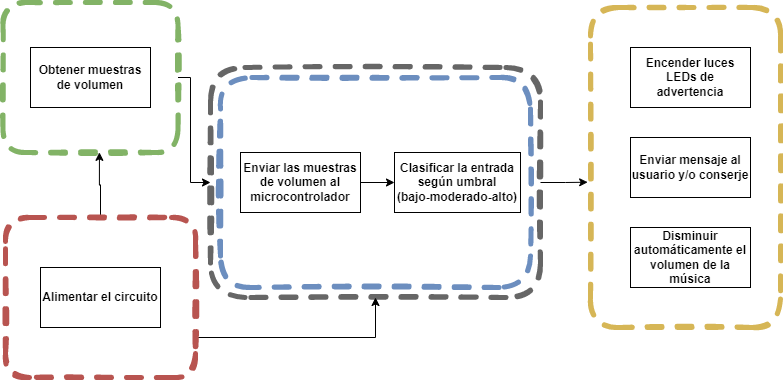
This is Images/funciones.png from joaquinzepeda/Noise-Detector, a draw.io export, as it was before one commit. Source tidied: cells renumbered, new cells last; positions are measured from the earlier drawing's top-left corner, leaving out a move shared by most shapes.
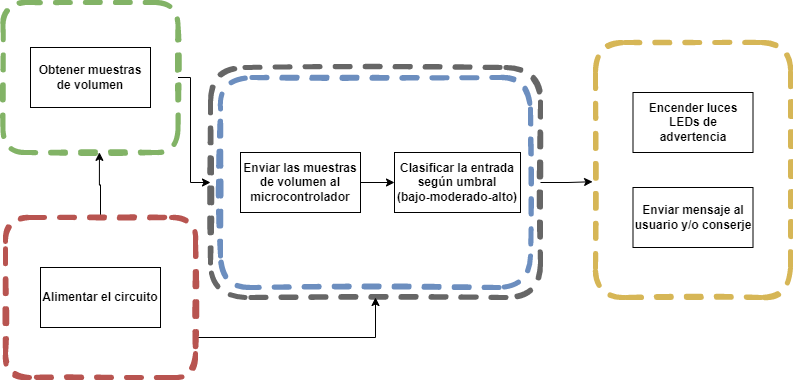
After the change.

Change to the diagram source:
```diff
@@ -20,7 +20,7 @@
       <mxGeometry x="0.5" width="175" height="150" as="geometry" />
     </mxCell>
     <mxCell id="6" style="rounded=1;whiteSpace=wrap;html=1;fillColor=none;strokeColor=#d6b656;strokeWidth=5;shadow=0;sketch=1;glass=0;dashed=1;" parent="1" vertex="1">
-      <mxGeometry x="588" y="5" width="190" height="320" as="geometry" />
+      <mxGeometry x="593" y="40" width="195" height="255" as="geometry" />
     </mxCell>
     <mxCell id="7" style="edgeStyle=orthogonalEdgeStyle;rounded=0;jettySize=auto;html=1;exitX=1;exitY=0.75;exitDx=0;exitDy=0;entryX=0.5;entryY=1;entryDx=0;entryDy=0;" parent="1" edge="1" source="9" target="2">
       <mxGeometry relative="1" as="geometry" />
@@ -44,14 +44,11 @@
       <mxGeometry x="238" y="150" width="120" height="60" as="geometry" />
     </mxCell>
     <mxCell id="14" value="&lt;b&gt;Encender luces LEDs de advertencia&lt;/b&gt;" style="rounded=0;whiteSpace=wrap;html=1;" parent="1" vertex="1">
-      <mxGeometry x="628" y="45" width="120" height="60" as="geometry" />
+      <mxGeometry x="630.5" y="90" width="120" height="60" as="geometry" />
     </mxCell>
     <mxCell id="15" value="&lt;b&gt;Enviar mensaje al usuario y/o conserje&lt;/b&gt;" style="rounded=0;whiteSpace=wrap;html=1;" parent="1" vertex="1">
-      <mxGeometry x="628" y="135" width="120" height="60" as="geometry" />
+      <mxGeometry x="630.5" y="185" width="120" height="60" as="geometry" />
     </mxCell>
-    <mxCell id="16" value="&lt;b&gt;Disminuir automáticamente el volumen de la música&lt;/b&gt;" style="rounded=0;whiteSpace=wrap;html=1;" parent="1" vertex="1">
-      <mxGeometry x="628" y="225" width="120" height="60" as="geometry" />
-    </mxCell>
     <mxCell id="17" style="edgeStyle=orthogonalEdgeStyle;rounded=0;jettySize=auto;html=1;exitX=1;exitY=0.5;exitDx=0;exitDy=0;entryX=-0.015;entryY=0.546;entryDx=0;entryDy=0;entryPerimeter=0;" parent="1" edge="1" source="2" target="6">
       <mxGeometry relative="1" as="geometry" />
     </mxCell>
```
